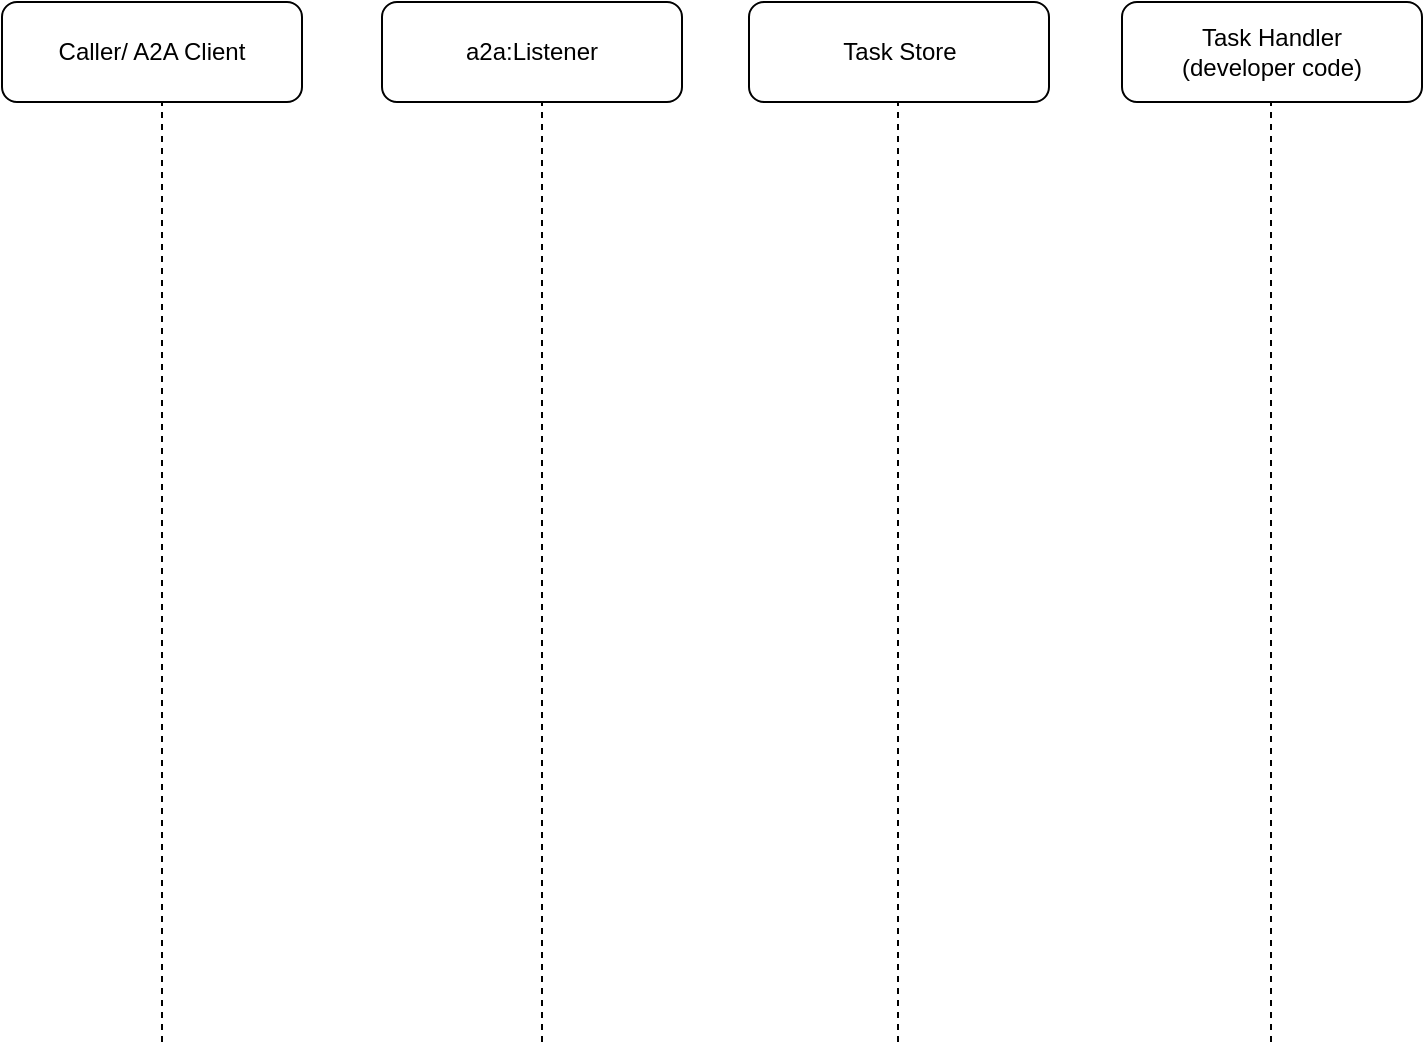
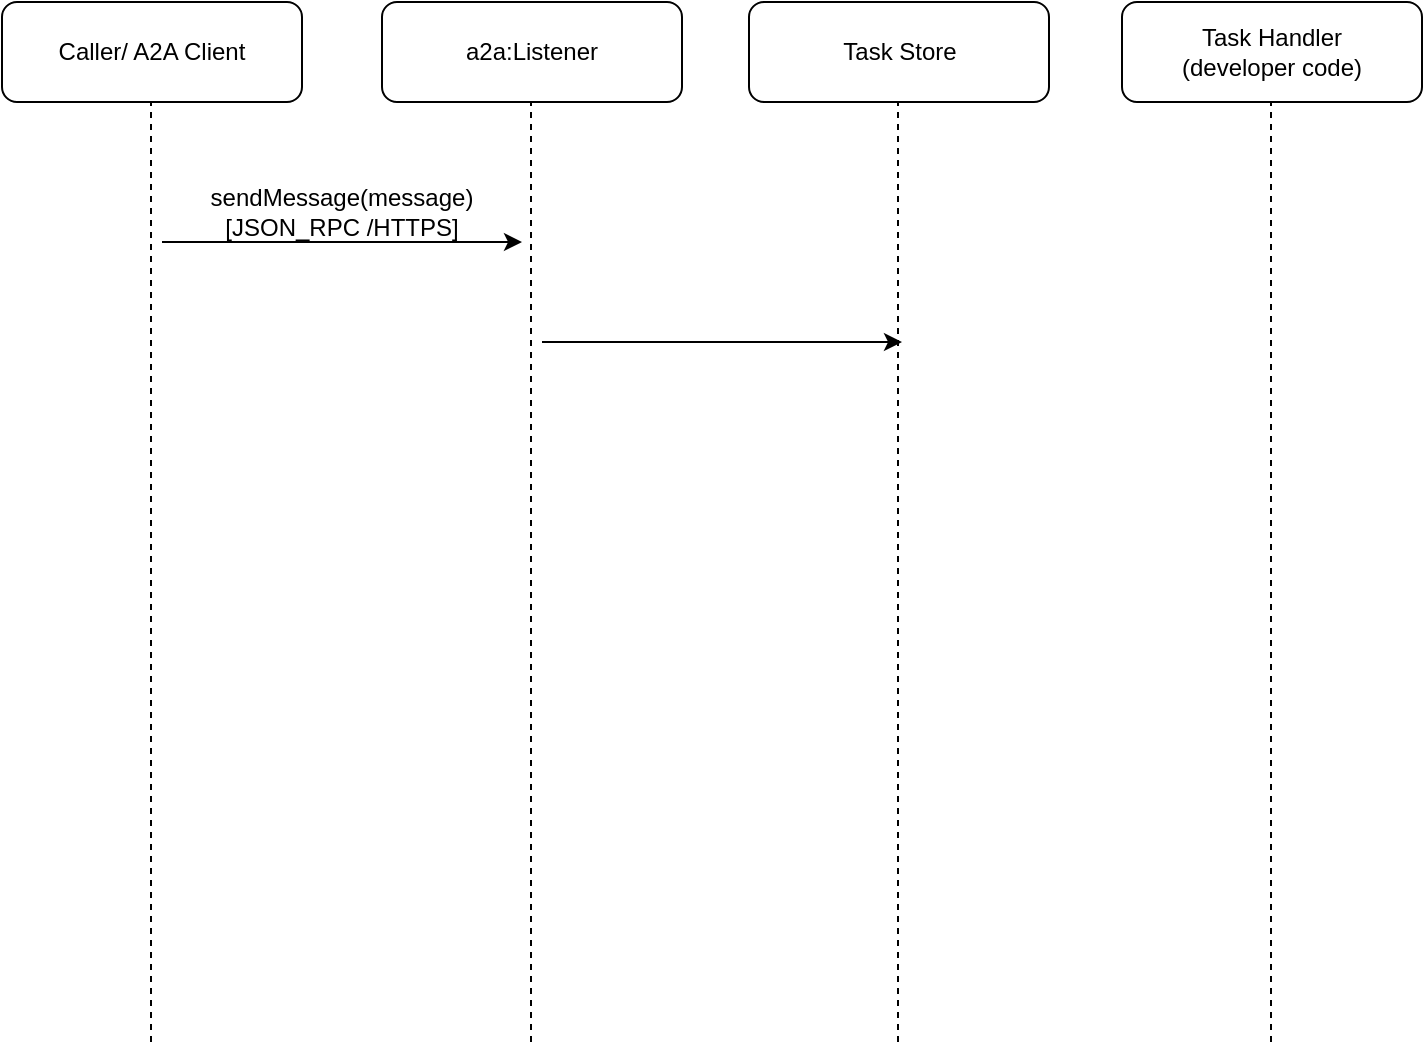
<mxfile host="app.diagrams.net">
  <diagram name="Page-1" id="ZPNNxD_8xx_dK13QvzwB">
    <mxGraphModel dx="1094" dy="555" grid="1" gridSize="10" guides="1" tooltips="1" connect="1" arrows="1" fold="1" page="1" pageScale="1" pageWidth="827" pageHeight="1169" math="0" shadow="0">
      <root>
        <mxCell id="0" />
        <mxCell id="1" parent="0" />
        <mxCell id="KyBT1ujf4ODolMfsrgNy-1" parent="1" style="rounded=1;whiteSpace=wrap;html=1;" value="Caller/ A2A Client" vertex="1">
          <mxGeometry height="50" width="150" x="40" y="30" as="geometry" />
        </mxCell>
        <mxCell id="fuX-3ZszXKkBneVyICno-1" parent="1" style="rounded=1;whiteSpace=wrap;html=1;" value="Task Handler&lt;div&gt;(developer code)&lt;/div&gt;" vertex="1">
          <mxGeometry height="50" width="150" x="600" y="30" as="geometry" />
        </mxCell>
        <mxCell id="fuX-3ZszXKkBneVyICno-2" parent="1" style="rounded=1;whiteSpace=wrap;html=1;" value="Task Store" vertex="1">
          <mxGeometry height="50" width="150" x="413.5" y="30" as="geometry" />
        </mxCell>
        <mxCell id="fuX-3ZszXKkBneVyICno-3" parent="1" style="rounded=1;whiteSpace=wrap;html=1;" value="a2a:Listener" vertex="1">
          <mxGeometry height="50" width="150" x="230" y="30" as="geometry" />
        </mxCell>
        <mxCell id="fuX-3ZszXKkBneVyICno-5" edge="1" parent="1" style="endArrow=none;dashed=1;html=1;rounded=0;" value="">
          <mxGeometry height="50" relative="1" width="50" as="geometry">
-             <mxPoint x="120" y="550" as="sourcePoint" />
-             <mxPoint x="120" y="80" as="targetPoint" />
+             <mxPoint x="114.5" y="550" as="sourcePoint" />
+             <mxPoint x="114.5" y="80" as="targetPoint" />
          </mxGeometry>
        </mxCell>
        <mxCell id="fuX-3ZszXKkBneVyICno-6" edge="1" parent="1" style="endArrow=none;dashed=1;html=1;rounded=0;" value="">
          <mxGeometry height="50" relative="1" width="50" as="geometry">
-             <mxPoint x="310" y="550" as="sourcePoint" />
-             <mxPoint x="310" y="80" as="targetPoint" />
+             <mxPoint x="304.5" y="550" as="sourcePoint" />
+             <mxPoint x="304.5" y="80" as="targetPoint" />
          </mxGeometry>
        </mxCell>
        <mxCell id="fuX-3ZszXKkBneVyICno-7" edge="1" parent="1" style="endArrow=none;dashed=1;html=1;rounded=0;" value="">
          <mxGeometry height="50" relative="1" width="50" as="geometry">
            <mxPoint x="488" y="550" as="sourcePoint" />
            <mxPoint x="488" y="80" as="targetPoint" />
          </mxGeometry>
        </mxCell>
        <mxCell id="fuX-3ZszXKkBneVyICno-8" edge="1" parent="1" style="endArrow=none;dashed=1;html=1;rounded=0;" value="">
          <mxGeometry height="50" relative="1" width="50" as="geometry">
            <mxPoint x="674.5" y="550" as="sourcePoint" />
            <mxPoint x="674.5" y="80" as="targetPoint" />
          </mxGeometry>
        </mxCell>
+         <mxCell id="fuX-3ZszXKkBneVyICno-9" edge="1" parent="1" style="endArrow=classic;html=1;rounded=0;" value="">
+           <mxGeometry height="50" relative="1" width="50" as="geometry">
+             <mxPoint x="310" y="200" as="sourcePoint" />
+             <mxPoint x="490" y="200" as="targetPoint" />
+           </mxGeometry>
+         </mxCell>
+         <mxCell id="fuX-3ZszXKkBneVyICno-10" edge="1" parent="1" style="endArrow=classic;html=1;rounded=0;" value="">
+           <mxGeometry height="50" relative="1" width="50" as="geometry">
+             <mxPoint x="120" y="150" as="sourcePoint" />
+             <mxPoint x="300" y="150" as="targetPoint" />
+           </mxGeometry>
+         </mxCell>
+         <mxCell id="fuX-3ZszXKkBneVyICno-11" parent="1" style="text;html=1;whiteSpace=wrap;strokeColor=none;fillColor=none;align=center;verticalAlign=middle;rounded=0;" value="sendMessage(message) [JSON_RPC /HTTPS]" vertex="1">
+           <mxGeometry height="30" width="180" x="120" y="120" as="geometry" />
+         </mxCell>
      </root>
    </mxGraphModel>
  </diagram>
</mxfile>
